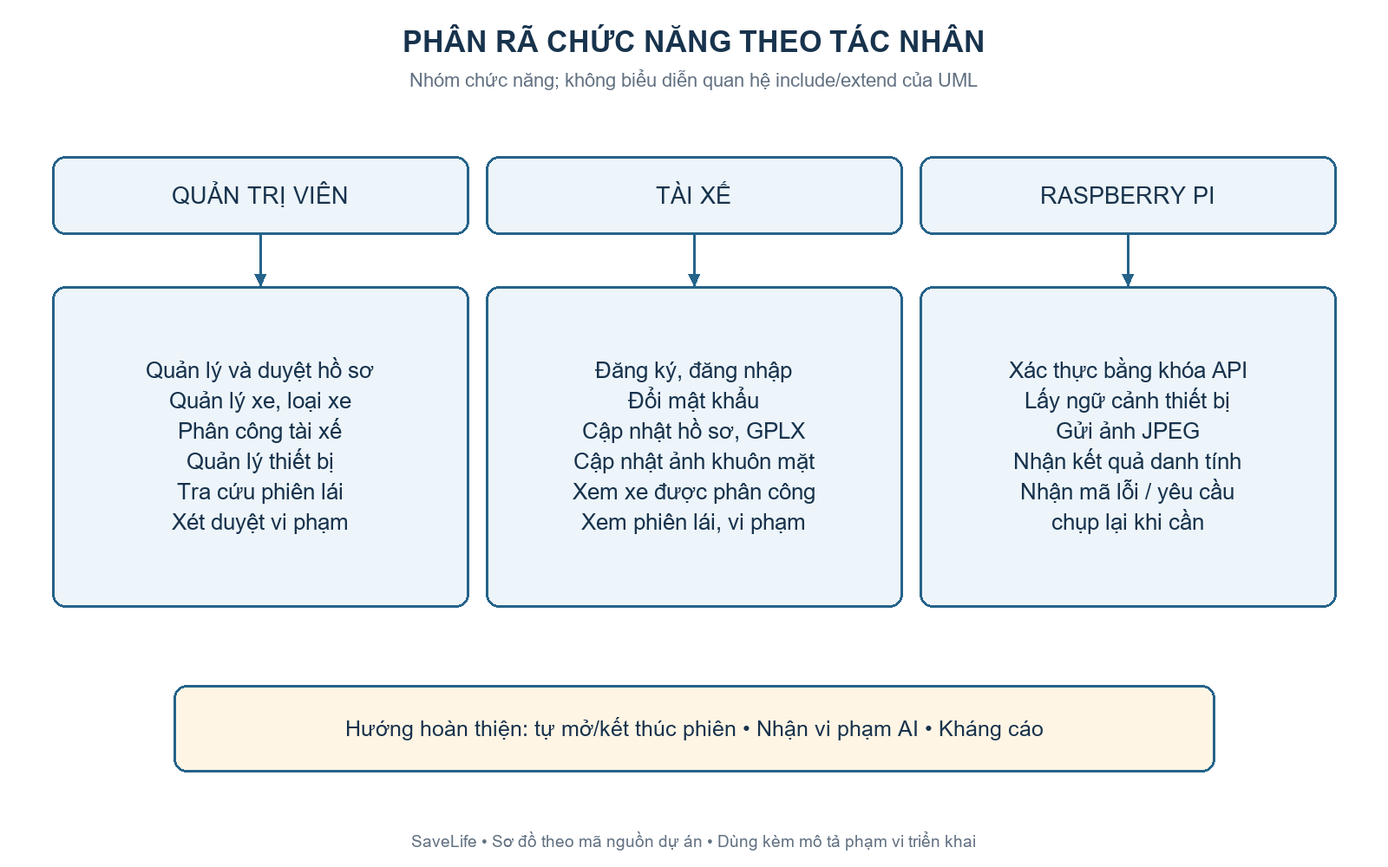
Earlier version of the Mermaid export docs/bao_cao_2_4/images/02_chuc_nang.png (2kdietga/PBL6). Its source is kept beside it as docs/bao_cao_2_4/sources/02_chuc_nang.mmd. The source it was exported from:
```mermaid
flowchart LR
 A[Quản trị viên] --> A1[Quản lý, duyệt hồ sơ và GPLX]
 A --> A2[Quản lý xe, thiết bị, phân công]
 A --> A3[Tra cứu phiên và xét duyệt vi phạm]
 U[Tài xế] --> U1[Tài khoản, cập nhật hồ sơ và GPLX]
 U --> U2[Xem xe, phiên lái, vi phạm được phép]
 P[Raspberry Pi] --> P1[Lấy ngữ cảnh, gửi ảnh, nhận danh tính]
```
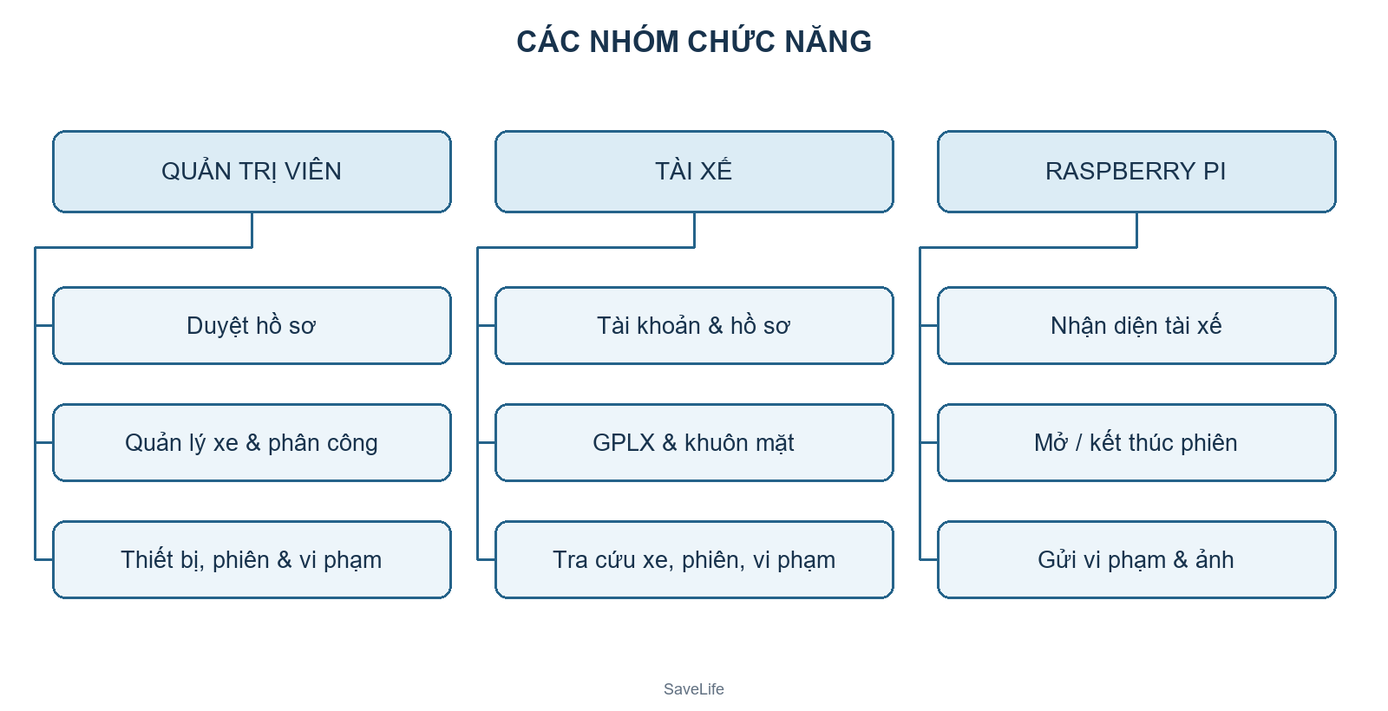
Above is the later version.

What changed in the source:
```diff
@@ -1,7 +1,10 @@
-flowchart LR
- A[Quản trị viên] --> A1[Quản lý, duyệt hồ sơ và GPLX]
- A --> A2[Quản lý xe, thiết bị, phân công]
- A --> A3[Tra cứu phiên và xét duyệt vi phạm]
- U[Tài xế] --> U1[Tài khoản, cập nhật hồ sơ và GPLX]
- U --> U2[Xem xe, phiên lái, vi phạm được phép]
- P[Raspberry Pi] --> P1[Lấy ngữ cảnh, gửi ảnh, nhận danh tính]
+flowchart TB
+ A[Quản trị viên] --- A1[Duyệt hồ sơ]
+ A --- A2[Quản lý xe & phân công]
+ A --- A3[Thiết bị, phiên & vi phạm]
+ U[Tài xế] --- U1[Tài khoản & hồ sơ]
+ U --- U2[GPLX & khuôn mặt]
+ U --- U3[Tra cứu xe, phiên, vi phạm]
+ P[Raspberry Pi] --- P1[Nhận diện tài xế]
+ P --- P2[Mở / kết thúc phiên]
+ P --- P3[Gửi vi phạm & ảnh]
```
